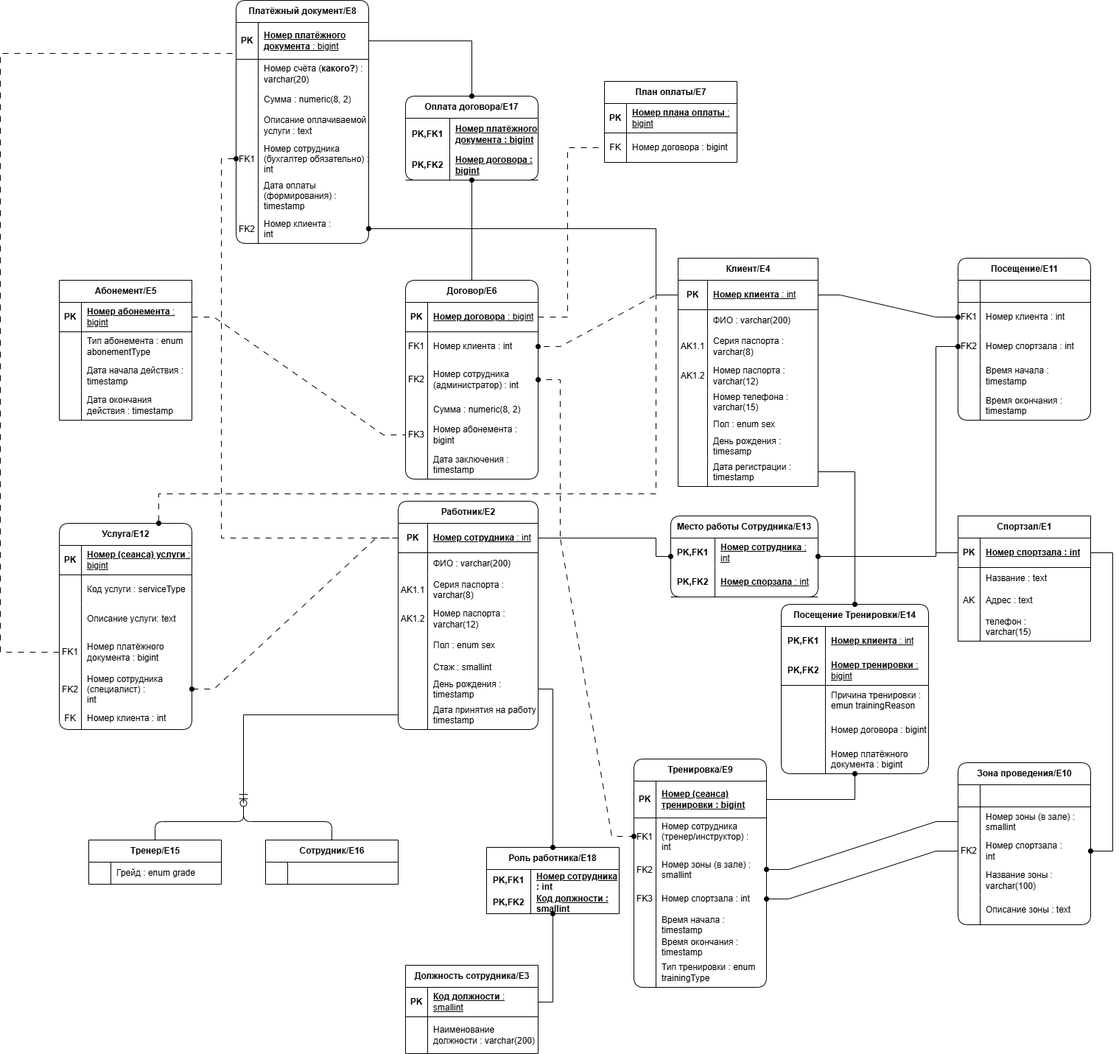
The draw.io diagram FA-diagram.drawio.png in io-nik/bd, before a commit. Source tidied: cells renumbered, new cells last; positions are measured from the earlier drawing's top-left corner, leaving out a move shared by most shapes.
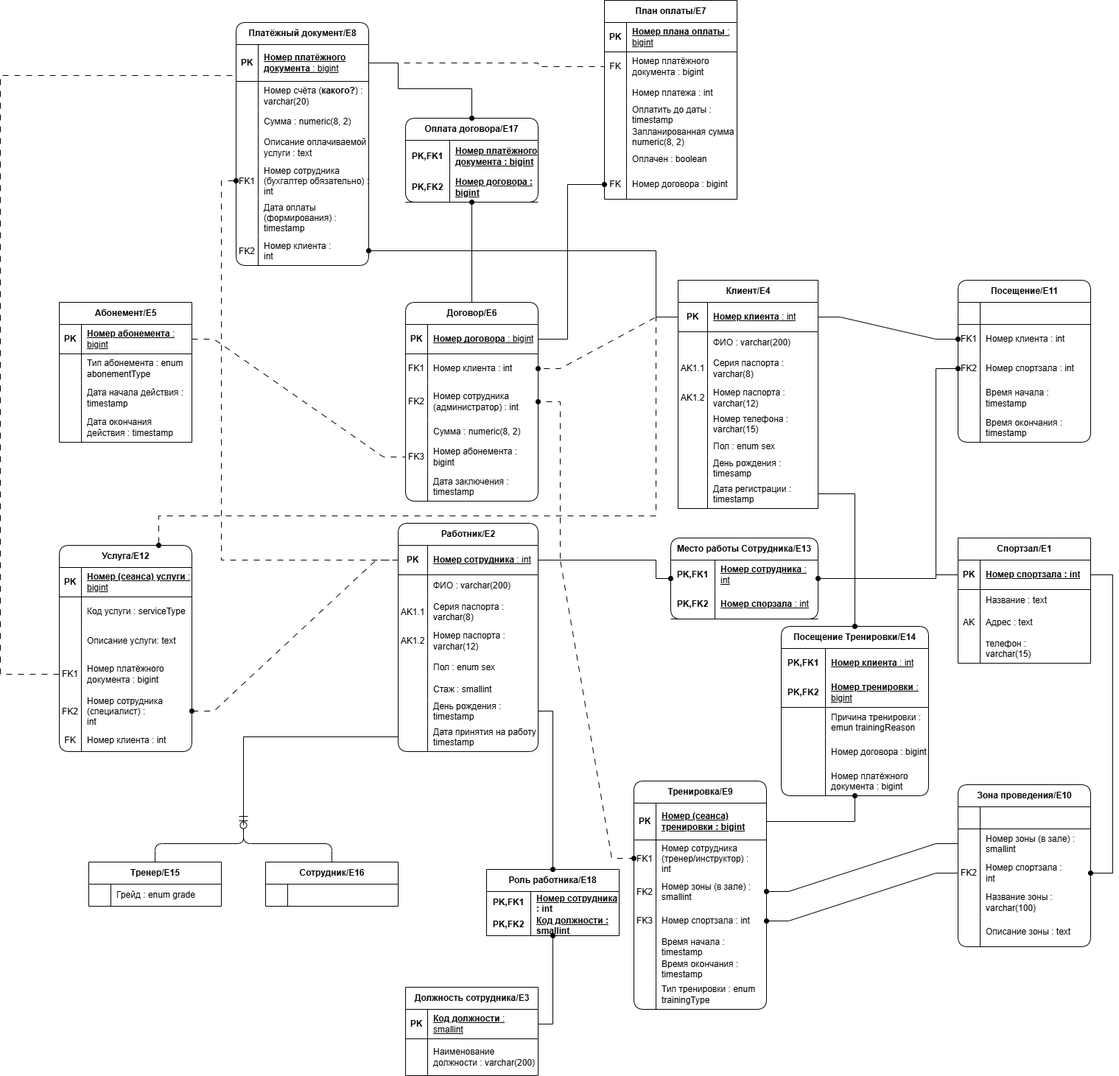
Later version of the same file.

The edit, as a diff of the source:
```diff
@@ -474,7 +474,7 @@
       <mxGeometry x="30" width="150" height="40" as="geometry" />
     </mxCell>
     <mxCell id="159" value="План оплаты/E7" style="shape=table;startSize=30;rowLines=0;fontStyle=1;align=center;html=1;" parent="1" vertex="1">
-      <mxGeometry x="820" y="110" width="180" height="110" as="geometry" />
+      <mxGeometry x="820" y="-30" width="180" height="270" as="geometry" />
     </mxCell>
     <mxCell id="160" style="shape=tableRow;horizontal=0;startSize=0;swimlaneHead=0;swimlaneBody=0;fillColor=none;top=0;left=0;right=0;bottom=1;" parent="159" vertex="1">
       <mxGeometry y="30" width="180" height="40" as="geometry" />
@@ -485,8 +485,53 @@
     <mxCell id="162" value="Номер плана оплаты&lt;span style=&quot;font-weight: 400;&quot;&gt;&amp;nbsp;: bigint&lt;/span&gt;" style="shape=partialRectangle;fillColor=none;top=0;left=0;bottom=0;right=0;align=left;spacingLeft=6;fontStyle=5;overflow=hidden;whiteSpace=wrap;html=1;" parent="160" vertex="1">
       <mxGeometry x="30" width="150" height="40" as="geometry" />
     </mxCell>
+    <mxCell id="277" style="shape=tableRow;horizontal=0;startSize=0;swimlaneHead=0;swimlaneBody=0;fillColor=none;points=[[0,0.5],[1,0.5]];portConstraint=eastwest;top=0;left=0;right=0;bottom=0;" parent="159" vertex="1">
+      <mxGeometry y="70" width="180" height="40" as="geometry" />
+    </mxCell>
+    <mxCell id="278" value="FK" style="shape=partialRectangle;fillColor=none;top=0;left=0;bottom=0;right=0;fontStyle=0;overflow=hidden;whiteSpace=wrap;html=1;" parent="277" vertex="1">
+      <mxGeometry width="30" height="40" as="geometry" />
+    </mxCell>
+    <mxCell id="279" value="Номер платёжного документа : bigint" style="shape=partialRectangle;fillColor=none;top=0;left=0;bottom=0;right=0;align=left;spacingLeft=6;fontStyle=0;overflow=hidden;whiteSpace=wrap;html=1;" parent="277" vertex="1">
+      <mxGeometry x="30" width="150" height="40" as="geometry" />
+    </mxCell>
+    <mxCell id="280" style="shape=tableRow;horizontal=0;startSize=0;swimlaneHead=0;swimlaneBody=0;fillColor=none;top=0;left=0;right=0;bottom=0;" parent="159" vertex="1">
+      <mxGeometry y="110" width="180" height="30" as="geometry" />
+    </mxCell>
+    <mxCell id="281" style="shape=partialRectangle;fillColor=none;top=0;left=0;bottom=0;right=0;overflow=hidden;" parent="280" vertex="1">
+      <mxGeometry width="30" height="30" as="geometry" />
+    </mxCell>
+    <mxCell id="282" value="Номер платежа : int" style="shape=partialRectangle;fillColor=none;top=0;left=0;bottom=0;right=0;align=left;spacingLeft=6;overflow=hidden;" parent="280" vertex="1">
+      <mxGeometry x="30" width="150" height="30" as="geometry" />
+    </mxCell>
+    <mxCell id="283" style="shape=tableRow;horizontal=0;startSize=0;swimlaneHead=0;swimlaneBody=0;fillColor=none;top=0;left=0;right=0;bottom=0;" parent="159" vertex="1">
+      <mxGeometry y="140" width="180" height="30" as="geometry" />
+    </mxCell>
+    <mxCell id="284" style="shape=partialRectangle;fillColor=none;top=0;left=0;bottom=0;right=0;overflow=hidden;" parent="283" vertex="1">
+      <mxGeometry width="30" height="30" as="geometry" />
+    </mxCell>
+    <mxCell id="285" value="Оплатить до даты : &#10;timestamp" style="shape=partialRectangle;fillColor=none;top=0;left=0;bottom=0;right=0;align=left;spacingLeft=6;overflow=hidden;" parent="283" vertex="1">
+      <mxGeometry x="30" width="150" height="30" as="geometry" />
+    </mxCell>
+    <mxCell id="286" style="shape=tableRow;horizontal=0;startSize=0;swimlaneHead=0;swimlaneBody=0;fillColor=none;top=0;left=0;right=0;bottom=0;" parent="159" vertex="1">
+      <mxGeometry y="170" width="180" height="30" as="geometry" />
+    </mxCell>
+    <mxCell id="287" style="shape=partialRectangle;fillColor=none;top=0;left=0;bottom=0;right=0;overflow=hidden;" parent="286" vertex="1">
+      <mxGeometry width="30" height="30" as="geometry" />
+    </mxCell>
+    <mxCell id="288" value="Запланированная сумма :&#10;numeric(8, 2)" style="shape=partialRectangle;fillColor=none;top=0;left=0;bottom=0;right=0;align=left;spacingLeft=6;overflow=hidden;" parent="286" vertex="1">
+      <mxGeometry x="30" width="150" height="30" as="geometry" />
+    </mxCell>
+    <mxCell id="289" style="shape=tableRow;horizontal=0;startSize=0;swimlaneHead=0;swimlaneBody=0;fillColor=none;top=0;left=0;right=0;bottom=0;" parent="159" vertex="1">
+      <mxGeometry y="200" width="180" height="30" as="geometry" />
+    </mxCell>
+    <mxCell id="290" style="shape=partialRectangle;fillColor=none;top=0;left=0;bottom=0;right=0;overflow=hidden;" parent="289" vertex="1">
+      <mxGeometry width="30" height="30" as="geometry" />
+    </mxCell>
+    <mxCell id="291" value="Оплачен : boolean" style="shape=partialRectangle;fillColor=none;top=0;left=0;bottom=0;right=0;align=left;spacingLeft=6;overflow=hidden;" parent="289" vertex="1">
+      <mxGeometry x="30" width="150" height="30" as="geometry" />
+    </mxCell>
     <mxCell id="163" style="shape=tableRow;horizontal=0;startSize=0;swimlaneHead=0;swimlaneBody=0;fillColor=none;points=[[0,0.5],[1,0.5]];portConstraint=eastwest;top=0;left=0;right=0;bottom=0;" parent="159" vertex="1">
-      <mxGeometry y="70" width="180" height="40" as="geometry" />
+      <mxGeometry y="230" width="180" height="40" as="geometry" />
     </mxCell>
     <mxCell id="164" value="FK" style="shape=partialRectangle;fillColor=none;top=0;left=0;bottom=0;right=0;overflow=hidden;whiteSpace=wrap;html=1;" parent="163" vertex="1">
       <mxGeometry width="30" height="40" as="geometry" />
@@ -651,11 +696,11 @@
         </Array>
       </mxGeometry>
     </mxCell>
-    <mxCell id="215" style="endArrow=none;html=1;rounded=0;entryX=0;entryY=0.5;entryDx=0;entryDy=0;exitX=1;exitY=0.5;exitDx=0;exitDy=0;endFill=0;dashed=1;dashPattern=8 8;startArrow=none;startFill=0;startSize=13;" parent="1" edge="1" source="41" target="163">
+    <mxCell id="215" style="endArrow=oval;html=1;rounded=0;entryX=0;entryY=0.5;entryDx=0;entryDy=0;exitX=1;exitY=0.5;exitDx=0;exitDy=0;endFill=1;startArrow=none;startFill=0;startSize=13;" parent="1" edge="1" source="41" target="163">
       <mxGeometry relative="1" as="geometry">
         <Array as="points">
           <mxPoint x="770" y="430" />
-          <mxPoint x="770" y="200" />
+          <mxPoint x="770" y="220" />
         </Array>
       </mxGeometry>
     </mxCell>
@@ -898,12 +943,22 @@
     <mxCell id="275" style="endArrow=oval;html=1;rounded=0;exitX=1;exitY=0.5;exitDx=0;exitDy=0;entryX=0.5;entryY=0;entryDx=0;entryDy=0;endFill=1;" parent="1" edge="1" source="85" target="268">
       <mxGeometry relative="1" as="geometry">
         <Array as="points">
-          <mxPoint x="640" y="55" />
+          <mxPoint x="540" y="55" />
+          <mxPoint x="540" y="90" />
+          <mxPoint x="640" y="90" />
         </Array>
       </mxGeometry>
     </mxCell>
     <mxCell id="276" style="endArrow=none;html=1;rounded=0;exitX=0.5;exitY=1;exitDx=0;exitDy=0;entryX=0.5;entryY=0;entryDx=0;entryDy=0;endFill=0;startArrow=oval;startFill=1;" parent="1" edge="1" source="268" target="40">
       <mxGeometry relative="1" as="geometry" />
     </mxCell>
+    <mxCell id="292" style="endArrow=none;html=1;rounded=0;entryX=0;entryY=0.5;entryDx=0;entryDy=0;endFill=0;dashed=1;dashPattern=8 8;startArrow=none;startFill=0;startSize=13;exitX=1;exitY=0.5;exitDx=0;exitDy=0;" parent="1" edge="1" source="85" target="277">
+      <mxGeometry relative="1" as="geometry">
+        <Array as="points">
+          <mxPoint x="730" y="55" />
+          <mxPoint x="730" y="60" />
+        </Array>
+      </mxGeometry>
+    </mxCell>
   </root>
 </mxGraphModel>
```
